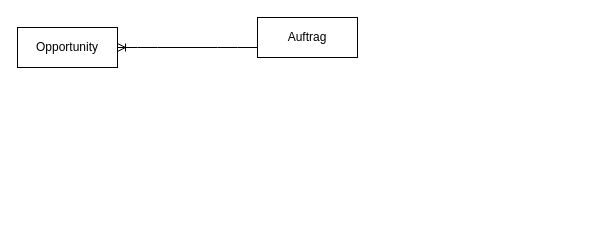
tuannguyenvn/DrawIO keeps this draw.io diagram as Übngsaufgabe SF III.drawio. Above is the earlier version. Source tidied: cells renumbered, new cells numbered last; positions are measured from the earlier drawing's top-left corner, leaving out a move shared by most shapes. Both pictures are drawn from the tidied source at 100%, with x=0, y=0 at pixel (17, 17).
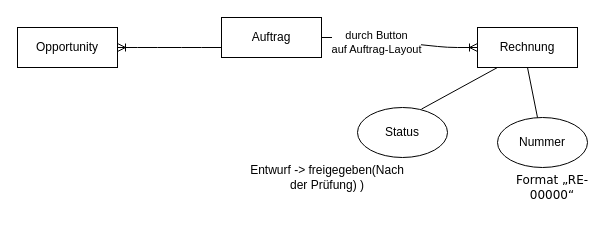
The same diagram, later.

What changed in the source:
```diff
@@
 <mxGraphModel>
   <root>
     <mxCell id="0" />
     <mxCell id="1" parent="0" />
     <mxCell id="2" value="Opportunity" style="whiteSpace=wrap;html=1;align=center;" parent="1" vertex="1">
       <mxGeometry y="10" width="100" height="40" as="geometry" />
     </mxCell>
     <mxCell id="3" value="Auftrag" style="whiteSpace=wrap;html=1;align=center;" parent="1" vertex="1">
-      <mxGeometry x="240" width="100" height="40" as="geometry" />
+      <mxGeometry x="204" width="100" height="40" as="geometry" />
     </mxCell>
     <mxCell id="4" style="edgeStyle=entityRelationEdgeStyle;fontSize=12;html=1;endArrow=ERoneToMany;entryX=1;entryY=0.5;entryDx=0;entryDy=0;exitX=0;exitY=0.75;exitDx=0;exitDy=0;" parent="1" edge="1" source="3" target="2">
       <mxGeometry relative="1" as="geometry" />
     </mxCell>
+    <mxCell id="5" value="Rechnung" style="whiteSpace=wrap;html=1;align=center;" parent="1" vertex="1">
+      <mxGeometry x="460" y="10" width="100" height="40" as="geometry" />
+    </mxCell>
+    <mxCell id="6" style="edgeStyle=entityRelationEdgeStyle;fontSize=12;html=1;endArrow=ERoneToMany;exitX=1;exitY=0.5;exitDx=0;exitDy=0;entryX=0;entryY=0.5;entryDx=0;entryDy=0;" parent="1" edge="1" source="3" target="5">
+      <mxGeometry relative="1" as="geometry" />
+    </mxCell>
+    <mxCell id="7" value="durch Button&lt;br&gt;auf Auftrag-Layout" style="edgeLabel;html=1;align=center;verticalAlign=middle;" parent="6" vertex="1">
+      <mxGeometry x="-0.3" y="-2" relative="1" as="geometry" />
+    </mxCell>
+    <mxCell id="8" value="Status" style="ellipse;whiteSpace=wrap;html=1;" parent="1" vertex="1">
+      <mxGeometry x="340" y="90" width="90" height="50" as="geometry" />
+    </mxCell>
+    <mxCell id="9" style="endArrow=none;html=1;exitX=0.711;exitY=0.032;exitDx=0;exitDy=0;exitPerimeter=0;" parent="1" edge="1" source="8">
+      <mxGeometry relative="1" as="geometry">
+        <mxPoint x="480" y="50" as="targetPoint" />
+      </mxGeometry>
+    </mxCell>
+    <mxCell id="10" style="text;html=1;strokeColor=none;fillColor=none;align=center;verticalAlign=middle;whiteSpace=wrap;rounded=0;" parent="1" vertex="1">
+      <mxGeometry x="290" y="160" width="40" height="20" as="geometry" />
+    </mxCell>
+    <mxCell id="11" value="Entwurf -&amp;gt; freigegeben(Nach der Prüfung) )" style="text;html=1;strokeColor=none;fillColor=none;align=center;verticalAlign=middle;whiteSpace=wrap;rounded=0;" parent="1" vertex="1">
+      <mxGeometry x="225" y="110" width="170" height="100" as="geometry" />
+    </mxCell>
+    <mxCell id="12" value="Nummer" style="ellipse;whiteSpace=wrap;html=1;" parent="1" vertex="1">
+      <mxGeometry x="480" y="100" width="90" height="50" as="geometry" />
+    </mxCell>
+    <mxCell id="13" style="endArrow=none;html=1;entryX=0.5;entryY=1;entryDx=0;entryDy=0;" parent="1" edge="1" source="12" target="5">
+      <mxGeometry relative="1" as="geometry" />
+    </mxCell>
+    <mxCell id="14" value="&lt;span style=&quot;font-size: 9pt ; font-family: &amp;#34;verdana&amp;#34; , sans-serif&quot;&gt;Format „RE-00000“&lt;/span&gt;" style="text;html=1;strokeColor=none;fillColor=none;align=center;verticalAlign=middle;whiteSpace=wrap;rounded=0;" parent="1" vertex="1">
+      <mxGeometry x="490" y="160" width="90" height="20" as="geometry" />
+    </mxCell>
   </root>
 </mxGraphModel>
```
